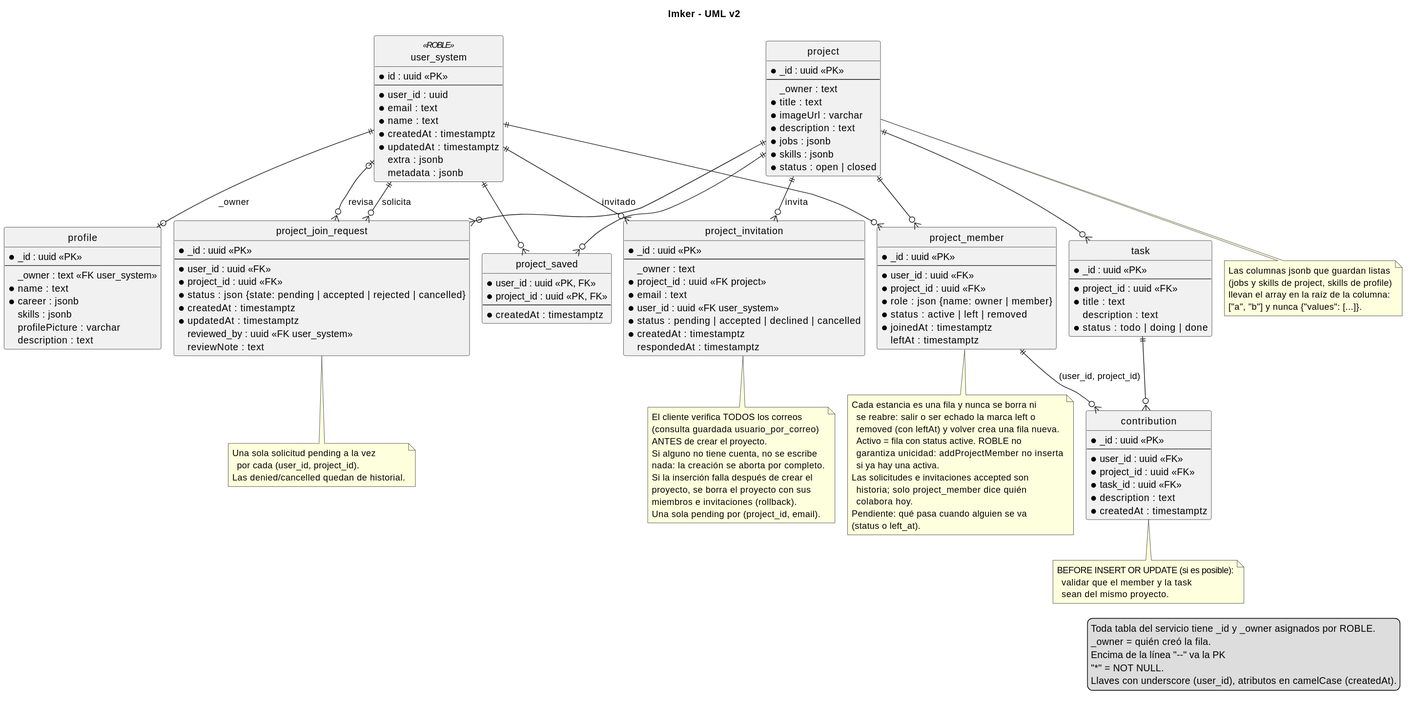
This is docs/db/class_diagram.svg from kicconsu/design-thinking, a PlantUML export, as it was before one commit.
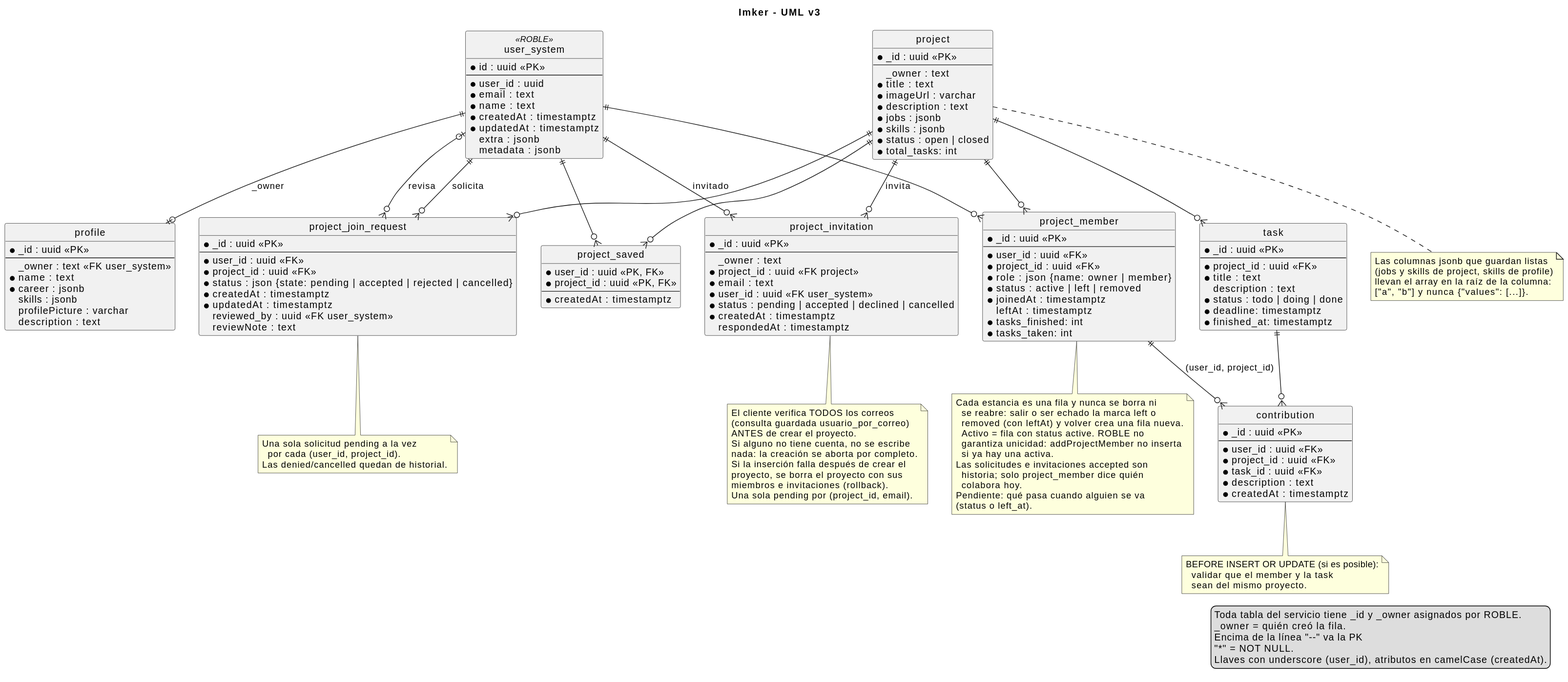
After the change.

Commit message:
actualizar el modelo para acomodar las metricas de colaboración y de progreso de proyecto

The edit, as a diff of the source:
```diff
@@ -1,5 +1,5 @@
 @startuml
-title Imker - UML v2
+title Imker - UML v3
 
 hide circle
 skinparam shadowing false
@@ -45,6 +45,7 @@
 * jobs : jsonb
 * skills : jsonb
 * status : open | closed
+* total_tasks: int
 }
 
 note bottom of project
@@ -82,6 +83,8 @@
 * status : active | left | removed
 * joinedAt : timestamptz
   leftAt : timestamptz
+* tasks_finished: int
+* tasks_taken: int
 }
 
 entity project_invitation {
@@ -103,6 +106,8 @@
 * title : text
   description : text
 * status : todo | doing | done
+* deadline: timestamptz
+* finished_at: timestamptz
 }
 
 entity contribution  {
```
